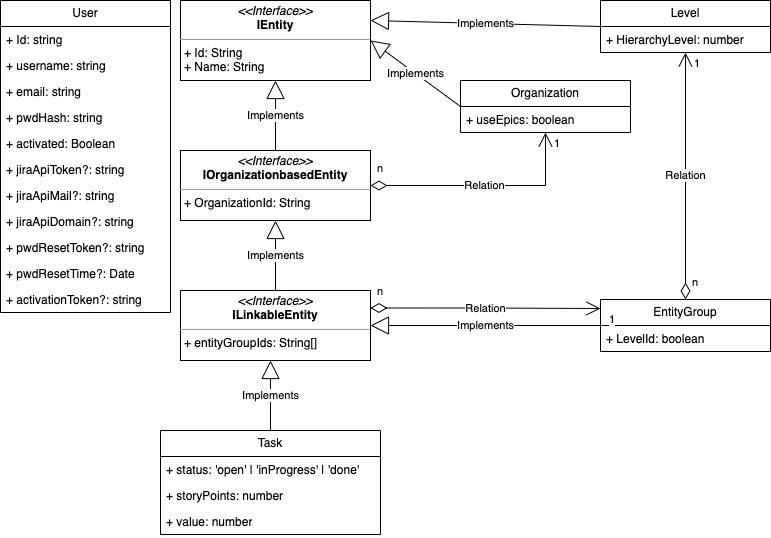
Earlier version of the draw.io export latex-source/images/classDiagramm.png (Max-0e/bachelor). Source tidied: cells renumbered, new cells last; positions are measured from the earlier drawing's top-left corner, leaving out a move shared by most shapes.
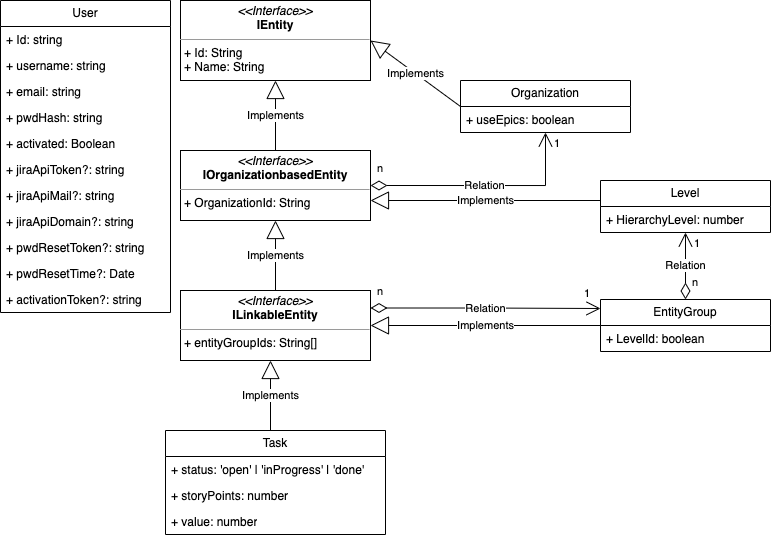
Above is the later version.

Diff of the diagram source:
```diff
@@ -54,7 +54,7 @@
       <mxGeometry y="26" width="170" height="26" as="geometry" />
     </mxCell>
     <mxCell id="19" value="Level" style="swimlane;fontStyle=0;horizontal=1;startSize=26;fillColor=none;whiteSpace=wrap;html=1;" parent="1" vertex="1">
-      <mxGeometry x="600" width="170" height="52" as="geometry" />
+      <mxGeometry x="600" y="180" width="170" height="52" as="geometry" />
     </mxCell>
     <mxCell id="20" value="+ HierarchyLevel: number" style="text;strokeColor=none;fillColor=none;align=left;verticalAlign=top;spacingLeft=4;spacingRight=4;overflow=hidden;whiteSpace=wrap;html=1;" parent="19" vertex="1">
       <mxGeometry y="26" width="170" height="26" as="geometry" />
@@ -62,8 +62,11 @@
     <mxCell id="21" value="Implements" style="endArrow=block;endSize=16;endFill=0;html=1;rounded=0;exitX=0;exitY=0.5;exitDx=0;exitDy=0;entryX=1;entryY=0.5;entryDx=0;entryDy=0;" parent="1" edge="1" source="17" target="2">
       <mxGeometry relative="1" as="geometry" />
     </mxCell>
-    <mxCell id="22" value="Implements" style="endArrow=block;endSize=16;endFill=0;html=1;rounded=0;exitX=0;exitY=0.5;exitDx=0;exitDy=0;entryX=1;entryY=0.25;entryDx=0;entryDy=0;" parent="1" edge="1" source="19" target="2">
-      <mxGeometry relative="1" as="geometry" />
+    <mxCell id="22" value="Implements" style="endArrow=block;endSize=16;endFill=0;html=1;rounded=0;" parent="1" edge="1">
+      <mxGeometry relative="1" as="geometry">
+        <mxPoint x="600" y="200" as="sourcePoint" />
+        <mxPoint x="370" y="200" as="targetPoint" />
+      </mxGeometry>
     </mxCell>
     <mxCell id="23" value="Relation" style="endArrow=open;html=1;endSize=12;startArrow=diamondThin;startSize=14;startFill=0;edgeStyle=orthogonalEdgeStyle;rounded=0;exitX=1;exitY=0.5;exitDx=0;exitDy=0;" parent="1" edge="1" source="3" target="17">
       <mxGeometry relative="1" as="geometry" />
@@ -107,7 +110,7 @@
       </mxGeometry>
     </mxCell>
     <mxCell id="34" value="Task" style="swimlane;fontStyle=0;horizontal=1;startSize=26;fillColor=none;whiteSpace=wrap;html=1;" parent="1" vertex="1">
-      <mxGeometry x="160" y="430" width="220" height="104" as="geometry" />
+      <mxGeometry x="165" y="430" width="220" height="104" as="geometry" />
     </mxCell>
     <mxCell id="35" value="+ status: 'open' | 'inProgress' | 'done'" style="text;strokeColor=none;fillColor=none;align=left;verticalAlign=top;spacingLeft=4;spacingRight=4;overflow=hidden;whiteSpace=wrap;html=1;" parent="34" vertex="1">
       <mxGeometry y="26" width="220" height="26" as="geometry" />
@@ -118,8 +121,9 @@
     <mxCell id="37" value="+ value: number" style="text;strokeColor=none;fillColor=none;align=left;verticalAlign=top;spacingLeft=4;spacingRight=4;overflow=hidden;whiteSpace=wrap;html=1;" parent="34" vertex="1">
       <mxGeometry y="78" width="220" height="26" as="geometry" />
     </mxCell>
-    <mxCell id="38" value="Implements" style="endArrow=block;endSize=16;endFill=0;html=1;rounded=0;entryX=0.5;entryY=1;entryDx=0;entryDy=0;exitX=0.5;exitY=0;exitDx=0;exitDy=0;" parent="1" edge="1" source="34">
+    <mxCell id="38" value="Implements" style="endArrow=block;endSize=16;endFill=0;html=1;rounded=0;entryX=0.5;entryY=1;entryDx=0;entryDy=0;" parent="1" edge="1">
       <mxGeometry relative="1" as="geometry">
+        <mxPoint x="270" y="430" as="sourcePoint" />
         <mxPoint x="270" y="360" as="targetPoint" />
       </mxGeometry>
     </mxCell>
@@ -135,7 +139,7 @@
     </mxCell>
     <mxCell id="41" value="1" style="edgeLabel;html=1;align=right;verticalAlign=top;" parent="39" vertex="1">
       <mxGeometry x="1" relative="1" as="geometry">
-        <mxPoint x="15" y="-2" as="offset" />
+        <mxPoint x="-10" y="-28" as="offset" />
       </mxGeometry>
     </mxCell>
   </root>
```
